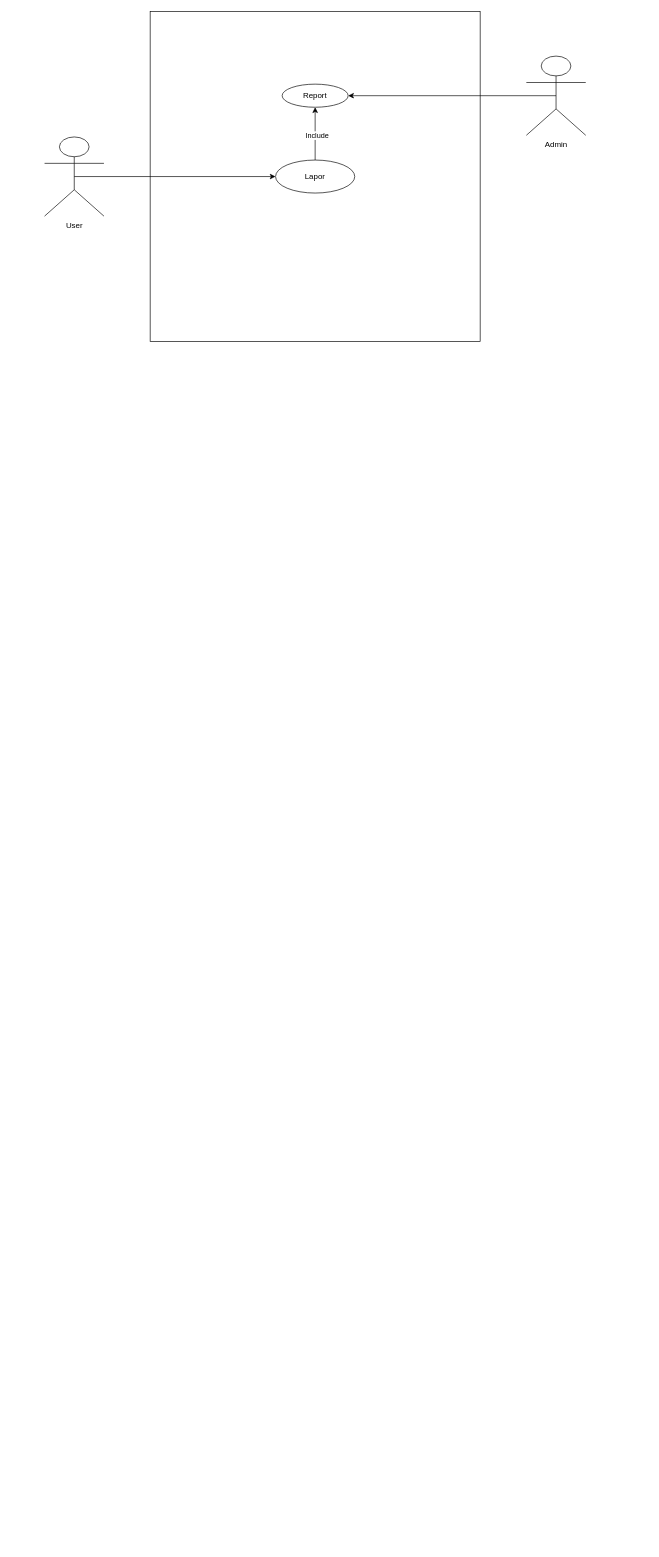
This is Diagram Tanpa Judul.drawio from rogerkampret/Program-Kesadaran-Lingkungan, a draw.io file, before an edit. Source tidied: cells renumbered, new cells numbered last; positions are measured from the earlier drawing's top-left corner, leaving out a move shared by most shapes. Both pictures are drawn from the tidied source at 66%, with x=0, y=0 at pixel (44, 11).
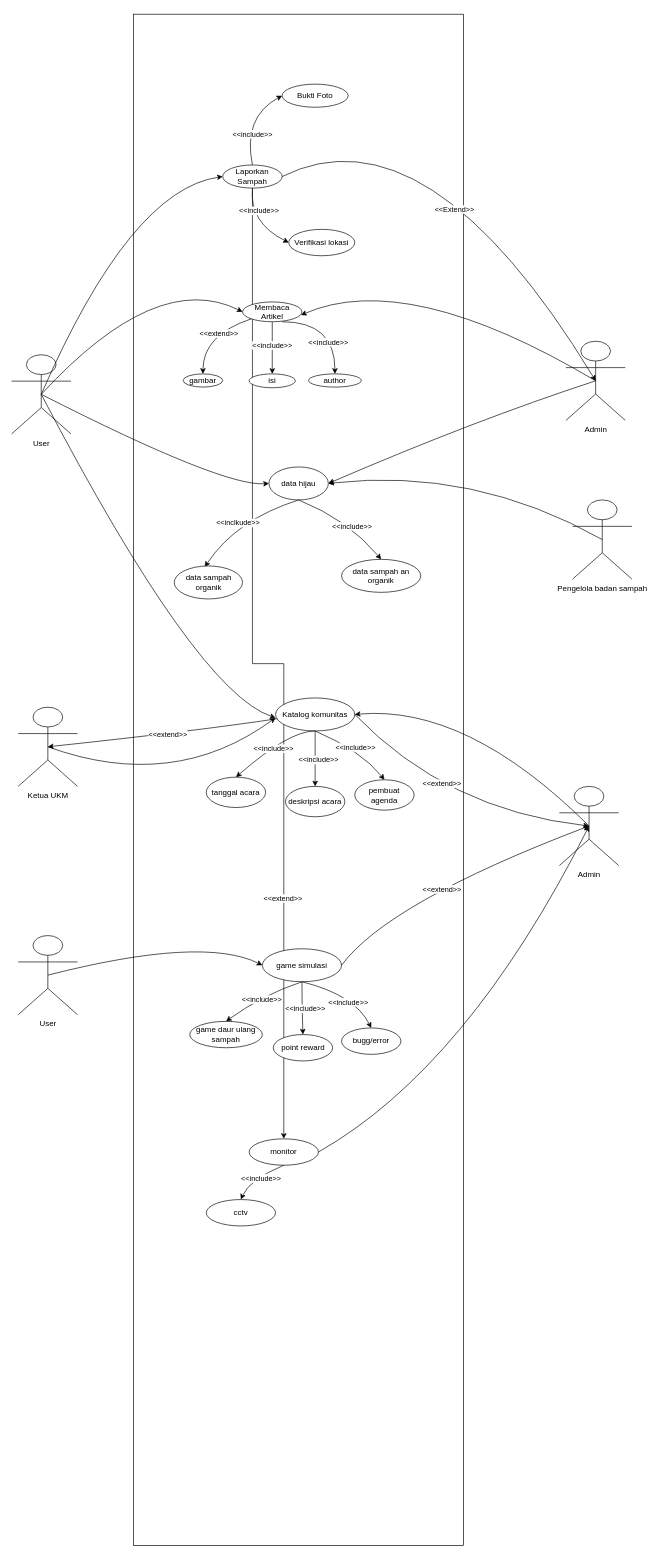
The same diagram, later.

Change to the diagram source:
```diff
@@
     <mxCell id="2" style="rounded=0;whiteSpace=wrap;html=1;fillColor=none;" parent="1" vertex="1">
-      <mxGeometry x="160" width="500" height="500" as="geometry" />
+      <mxGeometry x="135" y="4" width="500" height="2320" as="geometry" />
     </mxCell>
-    <mxCell id="3" style="edgeStyle=orthogonalEdgeStyle;rounded=0;jettySize=auto;html=1;exitX=0.5;exitY=0.5;exitDx=0;exitDy=0;exitPerimeter=0;" parent="1" edge="1" source="4" target="7">
-      <mxGeometry relative="1" as="geometry" />
-    </mxCell>
     <mxCell id="4" value="User" style="shape=umlActor;verticalLabelPosition=bottom;verticalAlign=top;html=1;outlineConnect=0;" parent="1" vertex="1">
-      <mxGeometry y="190" width="90" height="120" as="geometry" />
+      <mxGeometry x="-50" y="520" width="90" height="120" as="geometry" />
     </mxCell>
-    <mxCell id="5" style="edgeStyle=orthogonalEdgeStyle;rounded=0;jettySize=auto;html=1;" parent="1" edge="1" source="7" target="8">
-      <mxGeometry relative="1" as="geometry" />
-    </mxCell>
-    <mxCell id="6" value="Include" style="edgeLabel;html=1;align=center;verticalAlign=middle;" parent="5" vertex="1">
-      <mxGeometry x="-0.04" y="-2" relative="1" as="geometry" />
-    </mxCell>
+    <mxCell id="11" style="edgeStyle=orthogonalEdgeStyle;rounded=0;jettySize=auto;html=1;exitX=0.5;exitY=1;exitDx=0;exitDy=0;entryX=0.5;entryY=0;entryDx=0;entryDy=0;" parent="1" edge="1" source="7" target="75">
+      <mxGeometry relative="1" as="geometry">
+        <Array as="points">
+          <mxPoint x="315" y="988" />
+          <mxPoint x="362" y="988" />
+        </Array>
+      </mxGeometry>
+    </mxCell>
+    <mxCell id="12" value="&amp;lt;&amp;lt;extend&amp;gt;&amp;gt;" style="edgeLabel;html=1;align=center;verticalAlign=middle;" parent="11" vertex="1">
+      <mxGeometry x="0.51" y="-2" relative="1" as="geometry" />
+    </mxCell>
-    <mxCell id="7" value="Lapor" style="ellipse;whiteSpace=wrap;html=1;" parent="1" vertex="1">
-      <mxGeometry x="350" y="225" width="120" height="50" as="geometry" />
+    <mxCell id="7" value="Laporkan Sampah" style="ellipse;whiteSpace=wrap;html=1;" parent="1" vertex="1">
+      <mxGeometry x="270" y="232.5" width="90" height="35" as="geometry" />
     </mxCell>
-    <mxCell id="8" value="Report" style="ellipse;whiteSpace=wrap;html=1;" parent="1" vertex="1">
+    <mxCell id="8" value="Bukti Foto" style="ellipse;whiteSpace=wrap;html=1;" parent="1" vertex="1">
       <mxGeometry x="360" y="110" width="100" height="35" as="geometry" />
     </mxCell>
-    <mxCell id="9" style="edgeStyle=orthogonalEdgeStyle;rounded=0;jettySize=auto;html=1;exitX=0.5;exitY=0.5;exitDx=0;exitDy=0;exitPerimeter=0;entryX=1;entryY=0.5;entryDx=0;entryDy=0;" parent="1" edge="1" source="10" target="8">
-      <mxGeometry relative="1" as="geometry" />
-    </mxCell>
     <mxCell id="10" value="Admin" style="shape=umlActor;verticalLabelPosition=bottom;verticalAlign=top;html=1;outlineConnect=0;" parent="1" vertex="1">
-      <mxGeometry x="730" y="67.5" width="90" height="120" as="geometry" />
+      <mxGeometry x="790" y="499.5" width="90" height="120" as="geometry" />
     </mxCell>
+    <mxCell id="5" style="curved=1;endArrow=classic;html=1;rounded=0;exitX=0.5;exitY=0;exitDx=0;exitDy=0;entryX=0;entryY=0.5;entryDx=0;entryDy=0;" parent="1" edge="1" source="7" target="8">
+      <mxGeometry relative="1" as="geometry">
+        <Array as="points">
+          <mxPoint x="300" y="160" />
+        </Array>
+      </mxGeometry>
+    </mxCell>
+    <mxCell id="13" value="&amp;lt;&amp;lt;include&amp;gt;&amp;gt;" style="edgeLabel;html=1;align=center;verticalAlign=middle;" parent="5" vertex="1">
+      <mxGeometry x="-0.35" y="-9" relative="1" as="geometry" />
+    </mxCell>
+    <mxCell id="14" style="curved=1;endArrow=classic;html=1;rounded=0;exitX=0.5;exitY=1;exitDx=0;exitDy=0;entryX=0;entryY=0.5;entryDx=0;entryDy=0;" parent="1" edge="1" source="7" target="16">
+      <mxGeometry relative="1" as="geometry">
+        <Array as="points">
+          <mxPoint x="310" y="320" />
+        </Array>
+      </mxGeometry>
+    </mxCell>
+    <mxCell id="15" value="&amp;lt;&amp;lt;include&amp;gt;&amp;gt;" style="edgeLabel;html=1;align=center;verticalAlign=middle;" parent="14" vertex="1">
+      <mxGeometry x="-0.45" y="13" relative="1" as="geometry" />
+    </mxCell>
+    <mxCell id="16" value="Verifikasi lokasi" style="ellipse;whiteSpace=wrap;html=1;" parent="1" vertex="1">
+      <mxGeometry x="370" y="330" width="100" height="40" as="geometry" />
+    </mxCell>
+    <mxCell id="17" style="curved=1;endArrow=classic;html=1;rounded=0;exitX=1;exitY=0.5;exitDx=0;exitDy=0;entryX=0.5;entryY=0.5;entryDx=0;entryDy=0;entryPerimeter=0;" parent="1" edge="1" source="7" target="10">
+      <mxGeometry relative="1" as="geometry">
+        <Array as="points">
+          <mxPoint x="580" y="140" />
+        </Array>
+      </mxGeometry>
+    </mxCell>
+    <mxCell id="18" value="&amp;lt;&amp;lt;Extend&amp;gt;&amp;gt;" style="edgeLabel;html=1;align=center;verticalAlign=middle;" parent="17" vertex="1">
+      <mxGeometry x="0.09" y="-24" relative="1" as="geometry">
+        <mxPoint x="-20" y="14" as="offset" />
+      </mxGeometry>
+    </mxCell>
+    <mxCell id="19" style="curved=1;endArrow=classic;html=1;rounded=0;entryX=0;entryY=0.5;entryDx=0;entryDy=0;exitX=0.5;exitY=0.5;exitDx=0;exitDy=0;exitPerimeter=0;" parent="1" edge="1" source="4" target="22">
+      <mxGeometry relative="1" as="geometry">
+        <Array as="points">
+          <mxPoint x="170" y="390" />
+        </Array>
+      </mxGeometry>
+    </mxCell>
+    <mxCell id="20" style="edgeStyle=orthogonalEdgeStyle;rounded=0;jettySize=auto;html=1;" parent="1" edge="1" source="22" target="24">
+      <mxGeometry relative="1" as="geometry" />
+    </mxCell>
+    <mxCell id="21" value="&amp;lt;&amp;lt;include&amp;gt;&amp;gt;" style="edgeLabel;html=1;align=center;verticalAlign=middle;" parent="20" vertex="1">
+      <mxGeometry x="-0.11" y="-1" relative="1" as="geometry" />
+    </mxCell>
+    <mxCell id="22" value="Membaca Artikel" style="ellipse;whiteSpace=wrap;html=1;" parent="1" vertex="1">
+      <mxGeometry x="300" y="440" width="90" height="30" as="geometry" />
+    </mxCell>
+    <mxCell id="23" style="curved=1;endArrow=classic;html=1;rounded=0;exitX=0.5;exitY=0.5;exitDx=0;exitDy=0;exitPerimeter=0;entryX=0.984;entryY=0.663;entryDx=0;entryDy=0;entryPerimeter=0;" parent="1" edge="1" source="10" target="22">
+      <mxGeometry relative="1" as="geometry">
+        <Array as="points">
+          <mxPoint x="550" y="390" />
+        </Array>
+      </mxGeometry>
+    </mxCell>
+    <mxCell id="24" value="isi" style="ellipse;whiteSpace=wrap;html=1;" parent="1" vertex="1">
+      <mxGeometry x="310" y="549" width="70" height="21" as="geometry" />
+    </mxCell>
+    <mxCell id="25" style="curved=1;endArrow=classic;html=1;rounded=0;exitX=0.667;exitY=1;exitDx=0;exitDy=0;exitPerimeter=0;" parent="1" edge="1" source="22" target="27">
+      <mxGeometry relative="1" as="geometry">
+        <Array as="points">
+          <mxPoint x="440" y="470" />
+        </Array>
+      </mxGeometry>
+    </mxCell>
+    <mxCell id="26" value="&amp;lt;&amp;lt;include&amp;gt;&amp;gt;" style="edgeLabel;html=1;align=center;verticalAlign=middle;" parent="25" vertex="1">
+      <mxGeometry x="0.38" y="-11" relative="1" as="geometry" />
+    </mxCell>
+    <mxCell id="27" value="author" style="ellipse;whiteSpace=wrap;html=1;" parent="1" vertex="1">
+      <mxGeometry x="400" y="549" width="80" height="20" as="geometry" />
+    </mxCell>
+    <mxCell id="28" value="gambar" style="ellipse;whiteSpace=wrap;html=1;" parent="1" vertex="1">
+      <mxGeometry x="210" y="549" width="60" height="20" as="geometry" />
+    </mxCell>
+    <mxCell id="29" style="curved=1;endArrow=classic;html=1;rounded=0;exitX=0;exitY=1;exitDx=0;exitDy=0;entryX=0.5;entryY=0;entryDx=0;entryDy=0;" parent="1" edge="1" source="22" target="28">
+      <mxGeometry relative="1" as="geometry">
+        <Array as="points">
+          <mxPoint x="240" y="490" />
+        </Array>
+      </mxGeometry>
+    </mxCell>
+    <mxCell id="30" value="&amp;lt;&amp;lt;extend&amp;gt;&amp;gt;" style="edgeLabel;html=1;align=center;verticalAlign=middle;" parent="29" vertex="1">
+      <mxGeometry x="-0.2" y="5" relative="1" as="geometry" />
+    </mxCell>
+    <mxCell id="3" style="curved=1;endArrow=classic;html=1;rounded=0;exitX=0.5;exitY=0.5;exitDx=0;exitDy=0;exitPerimeter=0;entryX=0;entryY=0.5;entryDx=0;entryDy=0;" parent="1" edge="1" source="4" target="7">
+      <mxGeometry relative="1" as="geometry">
+        <Array as="points">
+          <mxPoint x="130" y="270" />
+        </Array>
+      </mxGeometry>
+    </mxCell>
+    <mxCell id="31" value="data hijau" style="ellipse;whiteSpace=wrap;html=1;" parent="1" vertex="1">
+      <mxGeometry x="340" y="690" width="90" height="50" as="geometry" />
+    </mxCell>
+    <mxCell id="32" style="curved=1;endArrow=classic;html=1;rounded=0;exitX=0.5;exitY=0.5;exitDx=0;exitDy=0;exitPerimeter=0;entryX=0;entryY=0.5;entryDx=0;entryDy=0;" parent="1" edge="1" source="4" target="31">
+      <mxGeometry relative="1" as="geometry">
+        <Array as="points">
+          <mxPoint x="270" y="720" />
+        </Array>
+      </mxGeometry>
+    </mxCell>
+    <mxCell id="33" style="curved=1;endArrow=classic;html=1;rounded=0;exitX=0.5;exitY=0.5;exitDx=0;exitDy=0;exitPerimeter=0;entryX=1;entryY=0.5;entryDx=0;entryDy=0;" parent="1" edge="1" source="10" target="31">
+      <mxGeometry relative="1" as="geometry">
+        <Array as="points">
+          <mxPoint x="650" y="620" />
+        </Array>
+      </mxGeometry>
+    </mxCell>
+    <mxCell id="34" style="curved=1;endArrow=classic;html=1;rounded=0;exitX=0.5;exitY=1;exitDx=0;exitDy=0;entryX=0.447;entryY=0.031;entryDx=0;entryDy=0;entryPerimeter=0;" parent="1" edge="1" source="31" target="36">
+      <mxGeometry relative="1" as="geometry">
+        <Array as="points">
+          <mxPoint x="290" y="770" />
+        </Array>
+      </mxGeometry>
+    </mxCell>
+    <mxCell id="35" value="&amp;lt;&amp;lt;inclkude&amp;gt;&amp;gt;" style="edgeLabel;html=1;align=center;verticalAlign=middle;" parent="34" vertex="1">
+      <mxGeometry x="0.1" y="4" relative="1" as="geometry" />
+    </mxCell>
+    <mxCell id="36" value="data sampah organik" style="ellipse;whiteSpace=wrap;html=1;" parent="1" vertex="1">
+      <mxGeometry x="196.5" y="840" width="103.5" height="50" as="geometry" />
+    </mxCell>
+    <mxCell id="37" value="data sampah an organik" style="ellipse;whiteSpace=wrap;html=1;" parent="1" vertex="1">
+      <mxGeometry x="450" y="830" width="120" height="50" as="geometry" />
+    </mxCell>
+    <mxCell id="38" style="curved=1;endArrow=classic;html=1;rounded=0;exitX=0.5;exitY=1;exitDx=0;exitDy=0;entryX=0.5;entryY=0;entryDx=0;entryDy=0;" parent="1" edge="1" source="31" target="37">
+      <mxGeometry relative="1" as="geometry">
+        <Array as="points">
+          <mxPoint x="460" y="770" />
+        </Array>
+      </mxGeometry>
+    </mxCell>
+    <mxCell id="39" value="&amp;lt;&amp;lt;include&amp;gt;&amp;gt;" style="edgeLabel;html=1;align=center;verticalAlign=middle;" parent="38" vertex="1">
+      <mxGeometry x="0.15" y="-2" relative="1" as="geometry" />
+    </mxCell>
+    <mxCell id="40" value="Pengelola badan sampah" style="shape=umlActor;verticalLabelPosition=bottom;verticalAlign=top;html=1;outlineConnect=0;" parent="1" vertex="1">
+      <mxGeometry x="800" y="740" width="90" height="120" as="geometry" />
+    </mxCell>
+    <mxCell id="41" style="curved=1;endArrow=classic;html=1;rounded=0;exitX=0.5;exitY=0.5;exitDx=0;exitDy=0;exitPerimeter=0;entryX=1;entryY=0.5;entryDx=0;entryDy=0;" parent="1" edge="1" source="40" target="31">
+      <mxGeometry relative="1" as="geometry">
+        <Array as="points">
+          <mxPoint x="650" y="690" />
+        </Array>
+      </mxGeometry>
+    </mxCell>
+    <mxCell id="42" value="Katalog komunitas" style="ellipse;whiteSpace=wrap;html=1;" parent="1" vertex="1">
+      <mxGeometry x="350" y="1040" width="120" height="50" as="geometry" />
+    </mxCell>
+    <mxCell id="43" value="tanggal acara" style="ellipse;whiteSpace=wrap;html=1;" parent="1" vertex="1">
+      <mxGeometry x="245" y="1160" width="90" height="46" as="geometry" />
+    </mxCell>
+    <mxCell id="44" style="curved=1;endArrow=classic;html=1;rounded=0;exitX=0.5;exitY=1;exitDx=0;exitDy=0;entryX=0.5;entryY=0;entryDx=0;entryDy=0;" parent="1" edge="1" source="42" target="43">
+      <mxGeometry relative="1" as="geometry">
+        <Array as="points">
+          <mxPoint x="370" y="1090" />
+        </Array>
+      </mxGeometry>
+    </mxCell>
+    <mxCell id="45" value="&amp;lt;&amp;lt;include&amp;gt;&amp;gt;" style="edgeLabel;html=1;align=center;verticalAlign=middle;" parent="44" vertex="1">
+      <mxGeometry x="0.03" y="4" relative="1" as="geometry" />
+    </mxCell>
+    <mxCell id="46" value="deskripsi acara" style="ellipse;whiteSpace=wrap;html=1;" parent="1" vertex="1">
+      <mxGeometry x="365" y="1174" width="90" height="46" as="geometry" />
+    </mxCell>
+    <mxCell id="47" style="curved=1;endArrow=classic;html=1;rounded=0;exitX=0.5;exitY=1;exitDx=0;exitDy=0;entryX=0.5;entryY=0;entryDx=0;entryDy=0;" parent="1" edge="1" source="42" target="46">
+      <mxGeometry relative="1" as="geometry" />
+    </mxCell>
+    <mxCell id="48" value="&amp;lt;&amp;lt;include&amp;gt;&amp;gt;" style="edgeLabel;html=1;align=center;verticalAlign=middle;" parent="47" vertex="1">
+      <mxGeometry x="0.03" y="4" relative="1" as="geometry" />
+    </mxCell>
+    <mxCell id="49" value="Ketua UKM" style="shape=umlActor;verticalLabelPosition=bottom;verticalAlign=top;html=1;outlineConnect=0;" parent="1" vertex="1">
+      <mxGeometry x="-40" y="1054" width="90" height="120" as="geometry" />
+    </mxCell>
+    <mxCell id="50" style="curved=1;endArrow=classic;html=1;rounded=0;entryX=0.5;entryY=0.5;entryDx=0;entryDy=0;entryPerimeter=0;exitX=0.024;exitY=0.629;exitDx=0;exitDy=0;exitPerimeter=0;" parent="1" edge="1" source="42" target="49">
+      <mxGeometry relative="1" as="geometry">
+        <Array as="points">
+          <mxPoint x="230" y="1090" />
+        </Array>
+      </mxGeometry>
+    </mxCell>
+    <mxCell id="51" value="&amp;lt;&amp;lt;extend&amp;gt;&amp;gt;" style="edgeLabel;html=1;align=center;verticalAlign=middle;" parent="50" vertex="1">
+      <mxGeometry x="-0.04" relative="1" as="geometry" />
+    </mxCell>
+    <mxCell id="52" style="curved=1;endArrow=classic;html=1;rounded=0;exitX=0.5;exitY=0.5;exitDx=0;exitDy=0;exitPerimeter=0;" parent="1" edge="1" source="49">
+      <mxGeometry relative="1" as="geometry">
+        <mxPoint x="350" y="1070" as="targetPoint" />
+        <Array as="points">
+          <mxPoint x="195" y="1183" />
+        </Array>
+      </mxGeometry>
+    </mxCell>
+    <mxCell id="53" style="curved=1;endArrow=classic;html=1;rounded=0;exitX=0.5;exitY=0.5;exitDx=0;exitDy=0;exitPerimeter=0;" parent="1" edge="1" source="4">
+      <mxGeometry relative="1" as="geometry">
+        <mxPoint x="350" y="1070" as="targetPoint" />
+        <Array as="points">
+          <mxPoint x="230" y="1030" />
+        </Array>
+      </mxGeometry>
+    </mxCell>
+    <mxCell id="54" value="Admin" style="shape=umlActor;verticalLabelPosition=bottom;verticalAlign=top;html=1;outlineConnect=0;" parent="1" vertex="1">
+      <mxGeometry x="780" y="1174" width="90" height="120" as="geometry" />
+    </mxCell>
+    <mxCell id="55" style="curved=1;endArrow=classic;html=1;rounded=0;entryX=1;entryY=0.5;entryDx=0;entryDy=0;exitX=0.5;exitY=0.5;exitDx=0;exitDy=0;exitPerimeter=0;" parent="1" edge="1" source="54" target="42">
+      <mxGeometry relative="1" as="geometry">
+        <Array as="points">
+          <mxPoint x="640" y="1050" />
+        </Array>
+      </mxGeometry>
+    </mxCell>
+    <mxCell id="56" style="curved=1;endArrow=classic;html=1;rounded=0;entryX=0.5;entryY=0.5;entryDx=0;entryDy=0;exitX=1;exitY=0.5;exitDx=0;exitDy=0;entryPerimeter=0;" parent="1" edge="1" source="42" target="54">
+      <mxGeometry relative="1" as="geometry">
+        <Array as="points">
+          <mxPoint x="610" y="1210" />
+        </Array>
+      </mxGeometry>
+    </mxCell>
+    <mxCell id="57" value="&amp;lt;&amp;lt;extend&amp;gt;&amp;gt;" style="edgeLabel;html=1;align=center;verticalAlign=middle;" parent="56" vertex="1">
+      <mxGeometry x="-0.2" y="22" relative="1" as="geometry" />
+    </mxCell>
+    <mxCell id="58" value="User" style="shape=umlActor;verticalLabelPosition=bottom;verticalAlign=top;html=1;outlineConnect=0;" parent="1" vertex="1">
+      <mxGeometry x="-40" y="1400" width="90" height="120" as="geometry" />
+    </mxCell>
+    <mxCell id="59" value="game simulasi" style="ellipse;whiteSpace=wrap;html=1;" parent="1" vertex="1">
+      <mxGeometry x="330" y="1420" width="120" height="50" as="geometry" />
+    </mxCell>
+    <mxCell id="60" value="pembuat agenda" style="ellipse;whiteSpace=wrap;html=1;" parent="1" vertex="1">
+      <mxGeometry x="470" y="1164" width="90" height="46" as="geometry" />
+    </mxCell>
+    <mxCell id="61" style="curved=1;endArrow=classic;html=1;rounded=0;exitX=0.5;exitY=1;exitDx=0;exitDy=0;entryX=0.5;entryY=0;entryDx=0;entryDy=0;" parent="1" edge="1" source="42" target="60">
+      <mxGeometry relative="1" as="geometry">
+        <Array as="points">
+          <mxPoint x="480" y="1120" />
+        </Array>
+      </mxGeometry>
+    </mxCell>
+    <mxCell id="62" value="&amp;lt;&amp;lt;include&amp;gt;&amp;gt;" style="edgeLabel;html=1;align=center;verticalAlign=middle;" parent="61" vertex="1">
+      <mxGeometry x="0.03" y="4" relative="1" as="geometry">
+        <mxPoint x="-4" y="1" as="offset" />
+      </mxGeometry>
+    </mxCell>
+    <mxCell id="63" value="game daur ulang sampah" style="ellipse;whiteSpace=wrap;html=1;" parent="1" vertex="1">
+      <mxGeometry x="220" y="1530" width="110" height="40" as="geometry" />
+    </mxCell>
+    <mxCell id="64" value="bugg/error" style="ellipse;whiteSpace=wrap;html=1;" parent="1" vertex="1">
+      <mxGeometry x="450" y="1540" width="90" height="40" as="geometry" />
+    </mxCell>
+    <mxCell id="65" value="point reward" style="ellipse;whiteSpace=wrap;html=1;" parent="1" vertex="1">
+      <mxGeometry x="346.5" y="1550" width="90" height="40" as="geometry" />
+    </mxCell>
+    <mxCell id="66" style="curved=1;endArrow=classic;html=1;rounded=0;exitX=0.5;exitY=1;exitDx=0;exitDy=0;entryX=0.5;entryY=0;entryDx=0;entryDy=0;" parent="1" edge="1" source="59" target="63">
+      <mxGeometry relative="1" as="geometry">
+        <Array as="points">
+          <mxPoint x="330" y="1490" />
+        </Array>
+      </mxGeometry>
+    </mxCell>
+    <mxCell id="67" value="&amp;lt;&amp;lt;include&amp;gt;&amp;gt;" style="edgeLabel;html=1;align=center;verticalAlign=middle;" parent="66" vertex="1">
+      <mxGeometry x="0.03" y="4" relative="1" as="geometry" />
+    </mxCell>
+    <mxCell id="68" style="curved=1;endArrow=classic;html=1;rounded=0;exitX=0.5;exitY=1;exitDx=0;exitDy=0;entryX=0.5;entryY=0;entryDx=0;entryDy=0;" parent="1" edge="1" source="59" target="65">
+      <mxGeometry relative="1" as="geometry">
+        <Array as="points">
+          <mxPoint x="390" y="1510" />
+        </Array>
+      </mxGeometry>
+    </mxCell>
+    <mxCell id="69" value="&amp;lt;&amp;lt;include&amp;gt;&amp;gt;" style="edgeLabel;html=1;align=center;verticalAlign=middle;" parent="68" vertex="1">
+      <mxGeometry x="0.03" y="4" relative="1" as="geometry" />
+    </mxCell>
+    <mxCell id="70" style="curved=1;endArrow=classic;html=1;rounded=0;exitX=0.5;exitY=1;exitDx=0;exitDy=0;entryX=0.5;entryY=0;entryDx=0;entryDy=0;" parent="1" edge="1" source="59" target="64">
+      <mxGeometry relative="1" as="geometry">
+        <Array as="points">
+          <mxPoint x="470" y="1490" />
+        </Array>
+      </mxGeometry>
+    </mxCell>
+    <mxCell id="71" value="&amp;lt;&amp;lt;include&amp;gt;&amp;gt;" style="edgeLabel;html=1;align=center;verticalAlign=middle;" parent="70" vertex="1">
+      <mxGeometry x="0.03" y="4" relative="1" as="geometry">
+        <mxPoint y="17" as="offset" />
+      </mxGeometry>
+    </mxCell>
+    <mxCell id="72" style="curved=1;endArrow=classic;html=1;rounded=0;exitX=0.5;exitY=0.5;exitDx=0;exitDy=0;exitPerimeter=0;entryX=0;entryY=0.5;entryDx=0;entryDy=0;" parent="1" edge="1" source="58" target="59">
+      <mxGeometry relative="1" as="geometry">
+        <Array as="points">
+          <mxPoint x="240" y="1400" />
+        </Array>
+      </mxGeometry>
+    </mxCell>
+    <mxCell id="73" style="curved=1;endArrow=classic;html=1;rounded=0;exitX=1;exitY=0.5;exitDx=0;exitDy=0;entryX=0.5;entryY=0.5;entryDx=0;entryDy=0;entryPerimeter=0;" parent="1" edge="1" source="59" target="54">
+      <mxGeometry relative="1" as="geometry">
+        <Array as="points">
+          <mxPoint x="520" y="1350" />
+        </Array>
+      </mxGeometry>
+    </mxCell>
+    <mxCell id="74" value="&amp;lt;&amp;lt;extend&amp;gt;&amp;gt;" style="edgeLabel;html=1;align=center;verticalAlign=middle;" parent="73" vertex="1">
+      <mxGeometry x="0.03" y="-11" relative="1" as="geometry">
+        <mxPoint x="-26" y="9" as="offset" />
+      </mxGeometry>
+    </mxCell>
+    <mxCell id="75" value="monitor" style="ellipse;whiteSpace=wrap;html=1;" parent="1" vertex="1">
+      <mxGeometry x="310" y="1708" width="105" height="40" as="geometry" />
+    </mxCell>
+    <mxCell id="76" value="cctv" style="ellipse;whiteSpace=wrap;html=1;" parent="1" vertex="1">
+      <mxGeometry x="245" y="1800" width="105" height="40" as="geometry" />
+    </mxCell>
+    <mxCell id="77" style="curved=1;endArrow=classic;html=1;rounded=0;exitX=0.5;exitY=1;exitDx=0;exitDy=0;entryX=0.5;entryY=0;entryDx=0;entryDy=0;" parent="1" edge="1" source="75" target="76">
+      <mxGeometry relative="1" as="geometry">
+        <Array as="points">
+          <mxPoint x="310" y="1770" />
+        </Array>
+      </mxGeometry>
+    </mxCell>
+    <mxCell id="78" value="&amp;lt;&amp;lt;include&amp;gt;&amp;gt;" style="edgeLabel;html=1;align=center;verticalAlign=middle;" parent="77" vertex="1">
+      <mxGeometry x="-0.11" y="4" relative="1" as="geometry" />
+    </mxCell>
+    <mxCell id="79" style="curved=1;endArrow=classic;html=1;rounded=0;exitX=1;exitY=0.5;exitDx=0;exitDy=0;entryX=0.5;entryY=0.5;entryDx=0;entryDy=0;entryPerimeter=0;" parent="1" edge="1" source="75" target="54">
+      <mxGeometry relative="1" as="geometry">
+        <Array as="points">
+          <mxPoint x="640" y="1600" />
+        </Array>
+      </mxGeometry>
+    </mxCell>
```
